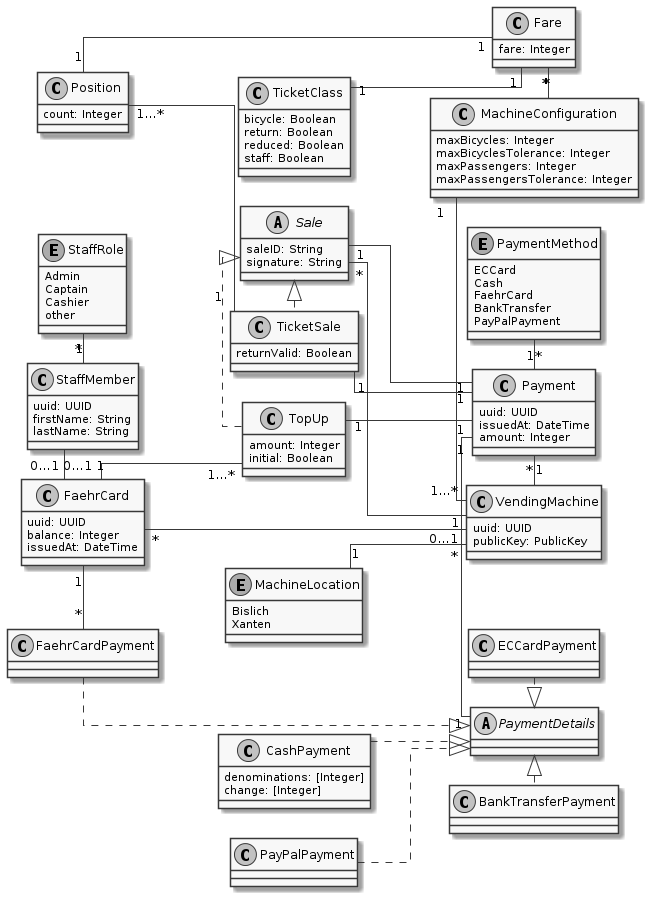
The PlantUML diagram img/class_diagram.png in FerryTix/diagrams, before a commit.
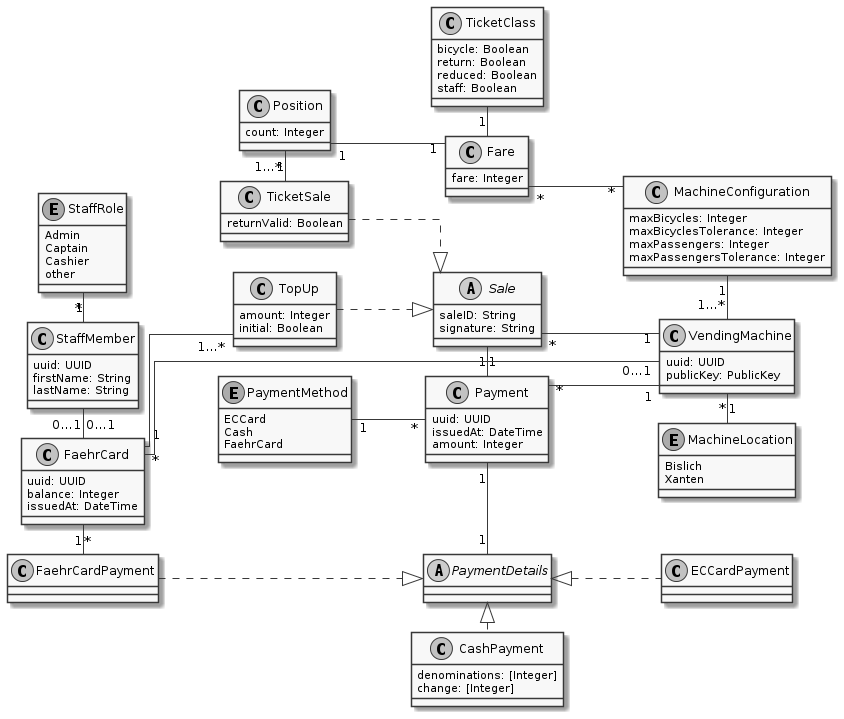
After the change.

Commit message:
remove unused payment methods

The edit, as a diff of the source:
```diff
@@ -9,32 +9,20 @@
 class FaehrCardPayment {
 }
 FaehrCardPayment .|> PaymentDetails
-FaehrCardPayment "*" -left- "1" FaehrCard
+FaehrCardPayment "*" -up  "1" FaehrCard
 
 class CashPayment {
     denominations: [Integer]
     change: [Integer]
 }
 
-CashPayment ..|> PaymentDetails
+CashPayment .up|> PaymentDetails
 
 class ECCardPayment {
 
 }
 
-ECCardPayment .|> PaymentDetails
-
-class BankTransferPayment {
-
-}
-
-BankTransferPayment .up|> PaymentDetails
-
-class PayPalPayment {
-
-}
-
-PayPalPayment ..|> PaymentDetails
+PaymentDetails <|.. ECCardPayment
 
 class Payment {
     uuid: UUID
@@ -46,11 +34,9 @@
     ECCard
     Cash
     FaehrCard
-    BankTransfer
-    PayPalPayment
 }
 
-PaymentMethod "1" - "*" Payment
+PaymentMethod "1" -- "*" Payment
 Payment "1" - "1" PaymentDetails
 Payment "*" - "1" VendingMachine
 
@@ -62,10 +48,9 @@
     count: Integer
 }
 
-Position "1" - "1" Fare
-Position "1…*" -- "1" TicketSale
+Position "1" -- "1" Fare
+Position "1…*" - "1" TicketSale
 
-TicketSale "1" -- "1" Payment
 
 class TicketClass {
     bicycle: Boolean
@@ -79,17 +64,16 @@
     signature: String
 }
 
-TicketSale .left.|> Sale
-TopUp .up|> Sale
+TicketSale ..|> Sale
+TopUp ..|> Sale
 Sale "1" - "1" Payment
-Sale "*" - "1" VendingMachine
+Sale "*" -- "1" VendingMachine
 
 class TopUp {
     amount: Integer
     initial: Boolean
 }
 
-TopUp "1" -- "1" Payment
 FaehrCard "1" -- "1…*" TopUp
 
 class StaffMember {
@@ -130,7 +114,7 @@
     fare: Integer
 }
 
-TicketClass "1" -- "1" Fare
+TicketClass "1" - "1" Fare
 
 
 enum MachineLocation {
@@ -143,7 +127,7 @@
     publicKey: PublicKey
 }
 
-MachineLocation "1" -- "*" VendingMachine
+MachineLocation "1" -up "*" VendingMachine
 
 
 
```
